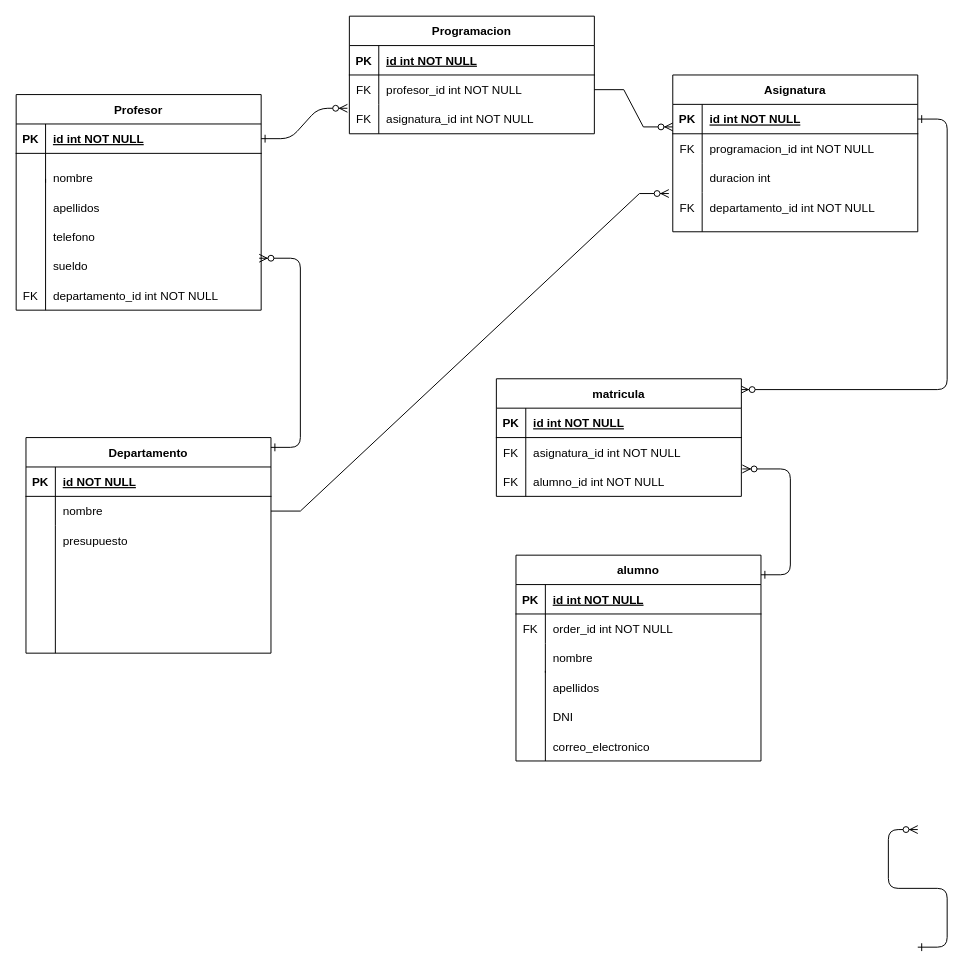
Before: prueba/Diagrama sin título.drawio in Letdablo/diagramas, a draw.io diagram. Source tidied: cells renumbered, new cells numbered last; positions are measured from the earlier drawing's top-left corner, leaving out a move shared by most shapes. Both pictures are drawn from the tidied source at 98%, with x=0, y=0 at pixel (16, 16).
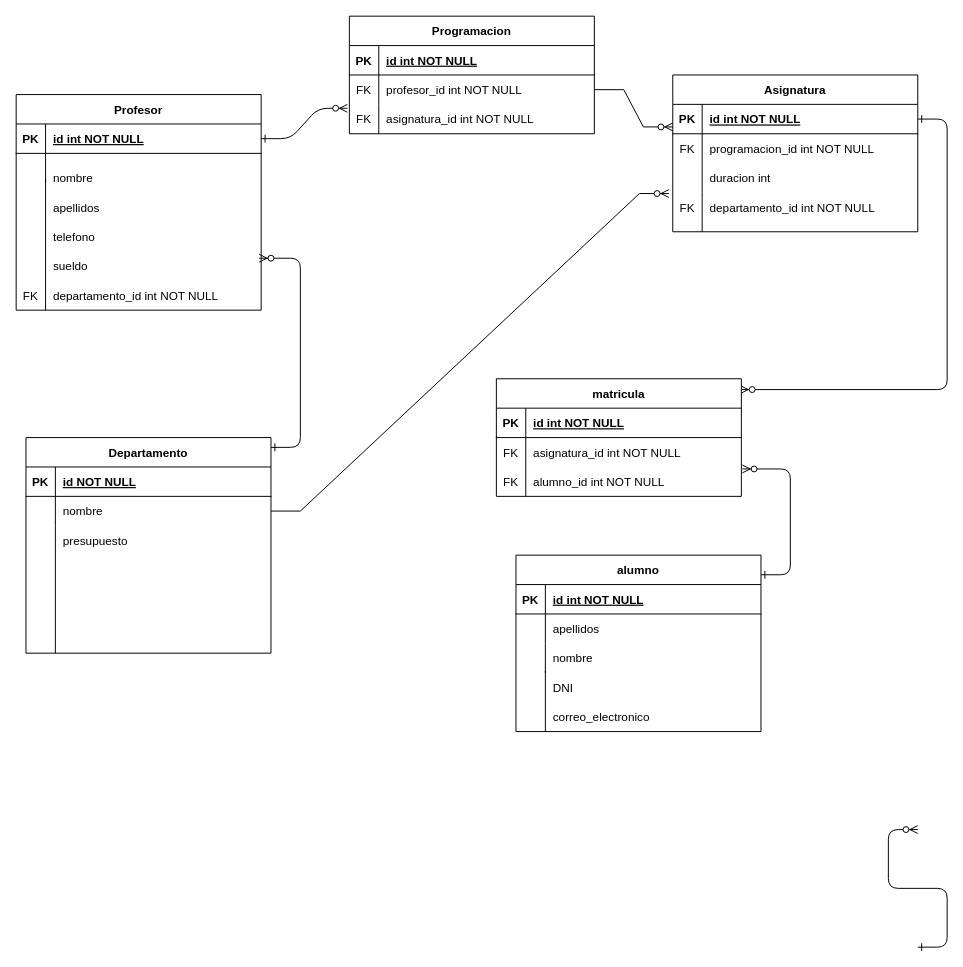
The same diagram, later.

Unchanged cells that the change refers to:
```xml
<mxCell id="18" style="shape=partialRectangle;fillColor=none;top=0;left=0;right=0;bottom=0;" parent="14" vertex="1">
  <mxGeometry y="60" width="250" height="30" as="geometry" />
</mxCell>
```

The edit, as a diff of the source:
```diff
@@
     <mxCell id="14" value="alumno" style="shape=table;startSize=30;childLayout=tableLayout;rowLines=0;fontStyle=1;align=center;" parent="1" vertex="1">
-      <mxGeometry x="510" y="550" width="250" height="210" as="geometry" />
+      <mxGeometry x="510" y="550" width="250" height="180" as="geometry" />
     </mxCell>
@@
-    <mxCell id="19" value="FK" style="shape=partialRectangle;overflow=hidden;fillColor=none;top=0;left=0;bottom=0;right=0;" parent="18" vertex="1">
+    <mxCell id="19" style="shape=partialRectangle;overflow=hidden;fillColor=none;top=0;left=0;bottom=0;right=0;" parent="18" vertex="1">
       <mxGeometry width="30" height="30" as="geometry" />
     </mxCell>
-    <mxCell id="20" value="order_id int NOT NULL" style="shape=partialRectangle;overflow=hidden;fillColor=none;top=0;left=0;bottom=0;right=0;align=left;spacingLeft=6;" parent="18" vertex="1">
+    <mxCell id="20" style="shape=partialRectangle;overflow=hidden;fillColor=none;top=0;left=0;bottom=0;right=0;align=left;spacingLeft=6;" parent="18" vertex="1">
       <mxGeometry x="30" width="220" height="30" as="geometry" />
     </mxCell>
@@
     <mxCell id="77" style="endArrow=none;html=1;rounded=0;entryX=0.108;entryY=0.933;entryDx=0;entryDy=0;entryPerimeter=0;" parent="1" edge="1">
       <mxGeometry relative="1" as="geometry">
-        <mxPoint x="540" y="760" as="sourcePoint" />
+        <mxPoint x="540" y="730" as="sourcePoint" />
         <mxPoint x="540" y="668" as="targetPoint" />
       </mxGeometry>
     </mxCell>
     <mxCell id="78" value="apellidos" style="shape=partialRectangle;overflow=hidden;fillColor=none;top=0;left=0;bottom=0;right=0;align=left;spacingLeft=6;" parent="1" vertex="1">
-      <mxGeometry x="540" y="670" width="220" height="30" as="geometry" />
+      <mxGeometry x="540" y="610" width="220" height="30" as="geometry" />
     </mxCell>
     <mxCell id="79" value="DNI" style="shape=partialRectangle;overflow=hidden;fillColor=none;top=0;left=0;bottom=0;right=0;align=left;spacingLeft=6;" parent="1" vertex="1">
-      <mxGeometry x="540" y="700" width="220" height="30" as="geometry" />
+      <mxGeometry x="540" y="670" width="220" height="30" as="geometry" />
     </mxCell>
     <mxCell id="80" value="correo_electronico" style="shape=partialRectangle;overflow=hidden;fillColor=none;top=0;left=0;bottom=0;right=0;align=left;spacingLeft=6;" parent="1" vertex="1">
-      <mxGeometry x="540" y="730" width="220" height="30" as="geometry" />
+      <mxGeometry x="540" y="700" width="220" height="30" as="geometry" />
     </mxCell>
```
